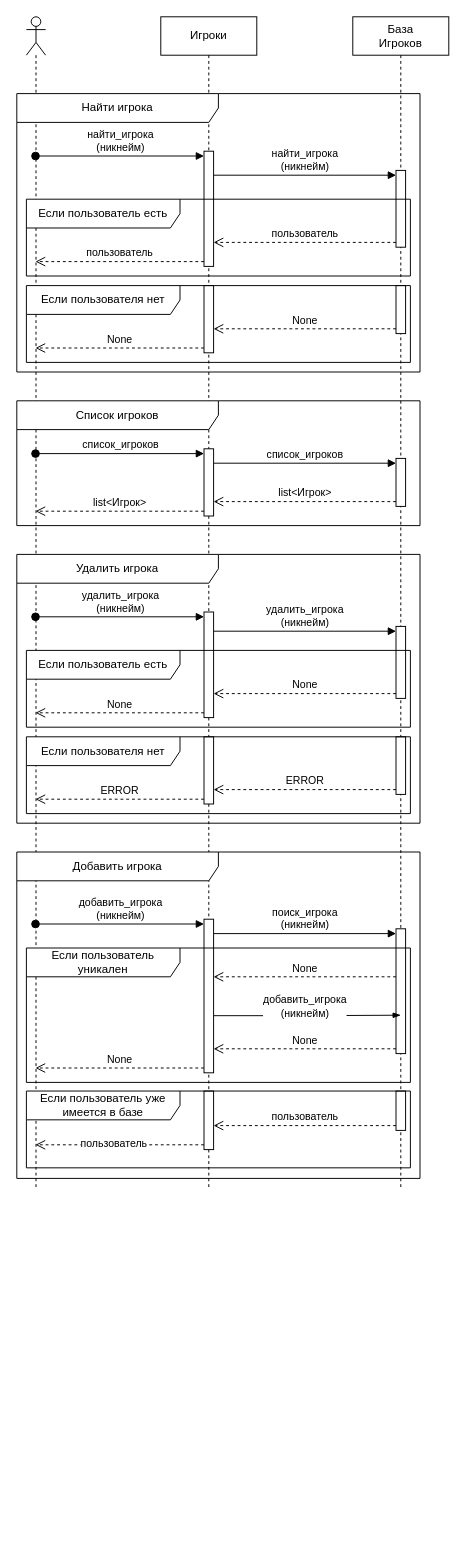
ShamsudinGH/table_games keeps this draw.io diagram as diagrams/Admin_Players.drawio. Above is the earlier version. Source tidied: cells renumbered, new cells numbered last; positions are measured from the earlier drawing's top-left corner, leaving out a move shared by most shapes. Both pictures are drawn from the tidied source at 96%, with x=0, y=0 at pixel (16, 16).
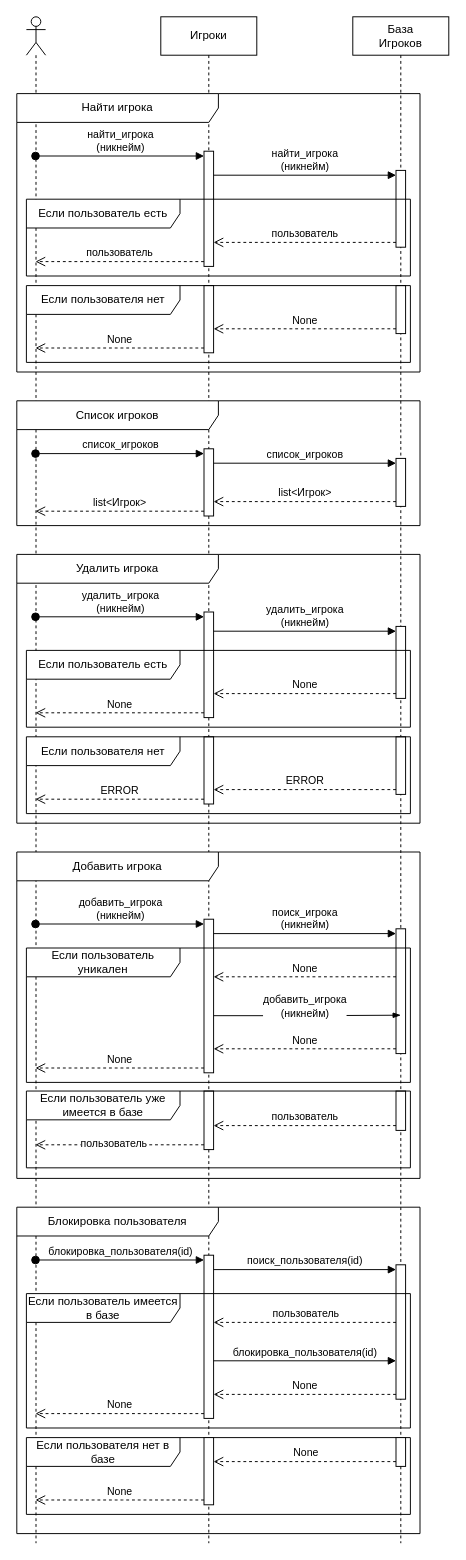
The same diagram, later.

Commit message:
Добавил блокировку пользователя

The edit, as a diff of the source:
```diff
@@
     <mxCell id="2" style="shape=umlLifeline;perimeter=lifelinePerimeter;whiteSpace=wrap;html=1;outlineConnect=0;portConstraint=eastwest;newEdgeStyle={&quot;curved&quot;:0,&quot;rounded&quot;:0};participant=umlActor;" parent="1" vertex="1">
-      <mxGeometry x="10" width="20" height="1220" as="geometry" />
+      <mxGeometry x="10" width="20" height="1590" as="geometry" />
     </mxCell>
     <mxCell id="3" value="Игроки" style="shape=umlLifeline;perimeter=lifelinePerimeter;whiteSpace=wrap;html=1;newEdgeStyle={&quot;curved&quot;:0,&quot;rounded&quot;:0};" parent="1" vertex="1">
-      <mxGeometry x="150" width="100" height="1220" as="geometry" />
+      <mxGeometry x="150" width="100" height="1590" as="geometry" />
     </mxCell>
@@
+    <mxCell id="55" style="html=1;points=[[0,0,0,0,5],[0,1,0,0,-5],[1,0,0,0,5],[1,1,0,0,-5]];perimeter=orthogonalPerimeter;outlineConnect=0;targetShapes=umlLifeline;portConstraint=eastwest;newEdgeStyle={&quot;curved&quot;:0,&quot;rounded&quot;:0};" parent="3" vertex="1">
+      <mxGeometry x="45" y="1290" width="10" height="170" as="geometry" />
+    </mxCell>
     <mxCell id="10" value="База&lt;br&gt;Игроков" style="shape=umlLifeline;perimeter=lifelinePerimeter;whiteSpace=wrap;html=1;newEdgeStyle={&quot;curved&quot;:0,&quot;rounded&quot;:0};" parent="1" vertex="1">
-      <mxGeometry x="350" width="100" height="1220" as="geometry" />
+      <mxGeometry x="350" width="100" height="1590" as="geometry" />
     </mxCell>
@@
+    <mxCell id="56" style="html=1;points=[[0,0,0,0,5],[0,1,0,0,-5],[1,0,0,0,5],[1,1,0,0,-5]];perimeter=orthogonalPerimeter;outlineConnect=0;targetShapes=umlLifeline;portConstraint=eastwest;newEdgeStyle={&quot;curved&quot;:0,&quot;rounded&quot;:0};" parent="10" vertex="1">
+      <mxGeometry x="45" y="1300" width="10" height="140" as="geometry" />
+    </mxCell>
@@
+    <mxCell id="57" value="блокировка_пользователя(id)" style="html=1;verticalAlign=bottom;startArrow=oval;startFill=1;endArrow=block;startSize=8;curved=0;rounded=0;entryX=0;entryY=0;entryDx=0;entryDy=5;entryPerimeter=0;" parent="1" edge="1" target="55">
+      <mxGeometry relative="1" as="geometry">
+        <mxPoint x="19.5" y="1295" as="sourcePoint" />
+      </mxGeometry>
+    </mxCell>
+    <mxCell id="58" value="поиск_пользователя(id)" style="html=1;verticalAlign=bottom;endArrow=block;curved=0;rounded=0;entryX=0;entryY=0;entryDx=0;entryDy=5;entryPerimeter=0;" parent="1" edge="1" source="55" target="56">
+      <mxGeometry relative="1" as="geometry" />
+    </mxCell>
+    <mxCell id="59" style="html=1;verticalAlign=bottom;endArrow=open;dashed=1;endSize=8;curved=0;rounded=0;" parent="1" edge="1">
+      <mxGeometry relative="1" as="geometry">
+        <mxPoint x="395" y="1360" as="sourcePoint" />
+        <mxPoint x="205" y="1360" as="targetPoint" />
+      </mxGeometry>
+    </mxCell>
+    <mxCell id="60" value="пользователь" style="edgeLabel;html=1;align=center;verticalAlign=middle;" parent="59" vertex="1">
+      <mxGeometry x="-0.09" y="-1" relative="1" as="geometry">
+        <mxPoint x="-9" y="-9" as="offset" />
+      </mxGeometry>
+    </mxCell>
+    <mxCell id="61" value="блокировка_пользователя(id)" style="html=1;verticalAlign=bottom;endArrow=block;curved=0;rounded=0;" parent="1" edge="1">
+      <mxGeometry relative="1" as="geometry">
+        <mxPoint x="205" y="1400" as="sourcePoint" />
+        <mxPoint x="395" y="1400" as="targetPoint" />
+      </mxGeometry>
+    </mxCell>
+    <mxCell id="62" value="None" style="html=1;verticalAlign=bottom;endArrow=open;dashed=1;endSize=8;curved=0;rounded=0;exitX=0;exitY=1;exitDx=0;exitDy=-5;exitPerimeter=0;" parent="1" edge="1" source="56" target="55">
+      <mxGeometry relative="1" as="geometry" />
+    </mxCell>
+    <mxCell id="63" value="None" style="html=1;verticalAlign=bottom;endArrow=open;dashed=1;endSize=8;curved=0;rounded=0;exitX=0;exitY=1;exitDx=0;exitDy=-5;exitPerimeter=0;" parent="1" edge="1" source="55">
+      <mxGeometry relative="1" as="geometry">
+        <mxPoint x="19.5" y="1455" as="targetPoint" />
+      </mxGeometry>
+    </mxCell>
+    <mxCell id="64" value="Если пользователь имеется в базе" style="shape=umlFrame;whiteSpace=wrap;html=1;width=160;height=30;" parent="1" vertex="1">
+      <mxGeometry x="10" y="1330" width="400" height="140" as="geometry" />
+    </mxCell>
+    <mxCell id="65" style="html=1;verticalAlign=bottom;endArrow=open;dashed=1;endSize=8;curved=0;rounded=0;exitX=0;exitY=1;exitDx=0;exitDy=-5;exitPerimeter=0;" parent="1" edge="1" source="70" target="69">
+      <mxGeometry relative="1" as="geometry" />
+    </mxCell>
+    <mxCell id="66" value="None" style="edgeLabel;html=1;align=center;verticalAlign=middle;" parent="65" vertex="1">
+      <mxGeometry x="-0.09" y="-1" relative="1" as="geometry">
+        <mxPoint x="-9" y="-9" as="offset" />
+      </mxGeometry>
+    </mxCell>
+    <mxCell id="67" value="None" style="html=1;verticalAlign=bottom;endArrow=open;dashed=1;endSize=8;curved=0;rounded=0;exitX=0;exitY=1;exitDx=0;exitDy=-5;exitPerimeter=0;" parent="1" edge="1" source="69">
+      <mxGeometry relative="1" as="geometry">
+        <mxPoint x="19.5" y="1545" as="targetPoint" />
+        <Array as="points">
+          <mxPoint x="110" y="1545" />
+        </Array>
+      </mxGeometry>
+    </mxCell>
+    <mxCell id="68" value="Если пользователя нет в базе" style="shape=umlFrame;whiteSpace=wrap;html=1;width=160;height=30;" parent="1" vertex="1">
+      <mxGeometry x="10" y="1480" width="400" height="80" as="geometry" />
+    </mxCell>
+    <mxCell id="69" style="html=1;points=[[0,0,0,0,5],[0,1,0,0,-5],[1,0,0,0,5],[1,1,0,0,-5]];perimeter=orthogonalPerimeter;outlineConnect=0;targetShapes=umlLifeline;portConstraint=eastwest;newEdgeStyle={&quot;curved&quot;:0,&quot;rounded&quot;:0};" parent="1" vertex="1">
+      <mxGeometry x="195" y="1480" width="10" height="70" as="geometry" />
+    </mxCell>
+    <mxCell id="70" style="html=1;points=[[0,0,0,0,5],[0,1,0,0,-5],[1,0,0,0,5],[1,1,0,0,-5]];perimeter=orthogonalPerimeter;outlineConnect=0;targetShapes=umlLifeline;portConstraint=eastwest;newEdgeStyle={&quot;curved&quot;:0,&quot;rounded&quot;:0};" parent="1" vertex="1">
+      <mxGeometry x="395" y="1480" width="10" height="30" as="geometry" />
+    </mxCell>
+    <mxCell id="71" value="Блокировка пользователя" style="shape=umlFrame;whiteSpace=wrap;html=1;width=210;height=30;" parent="1" vertex="1">
+      <mxGeometry y="1240" width="420" height="340" as="geometry" />
+    </mxCell>
```
